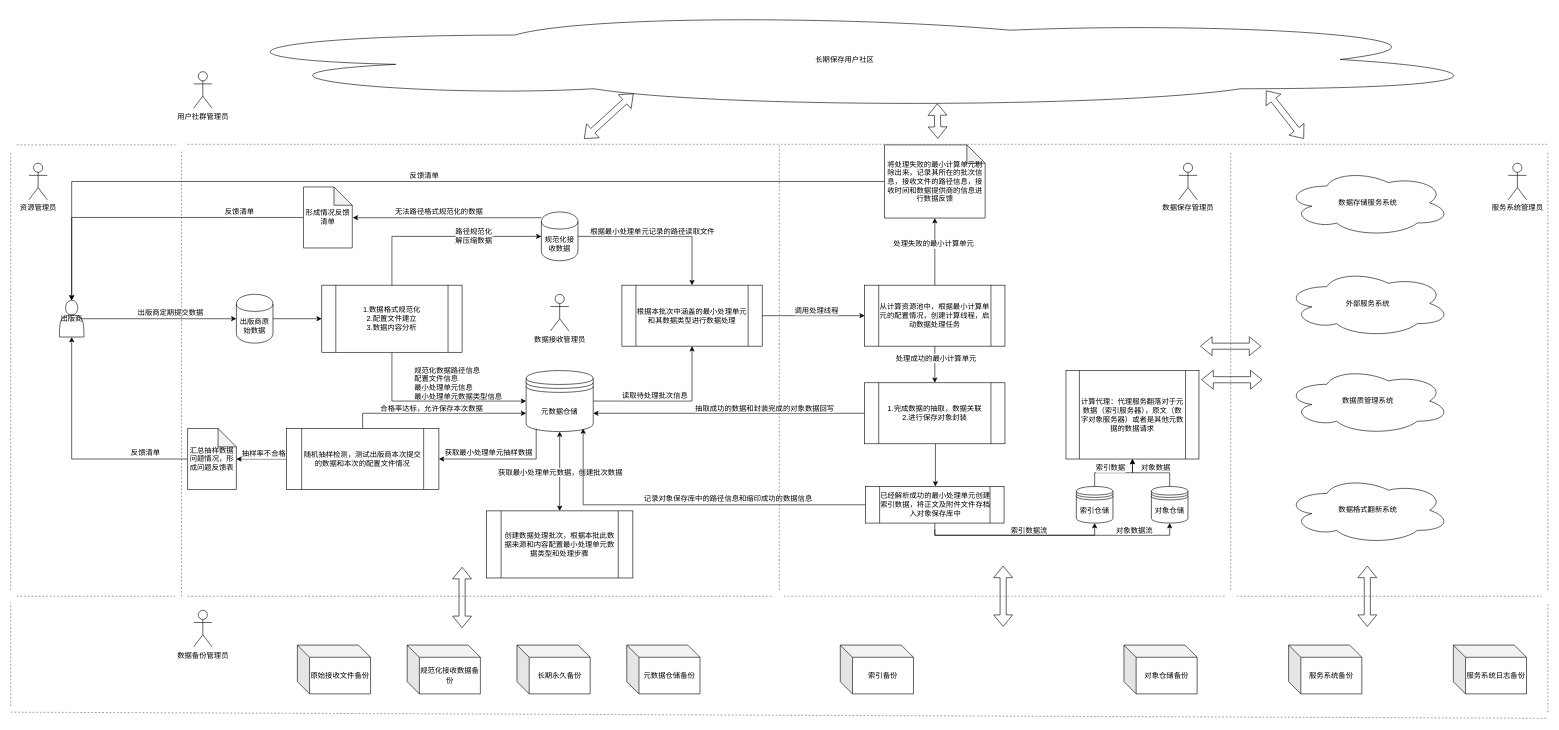
Earlier version of the draw.io diagram DPSNEW_er.drawio (czjczj20/draw.io). Source tidied: cells renumbered, new cells numbered last; positions are measured from the earlier drawing's top-left corner, leaving out a move shared by most shapes. Both pictures are drawn from the tidied source at 61%, with x=0, y=0 at pixel (10, 10).
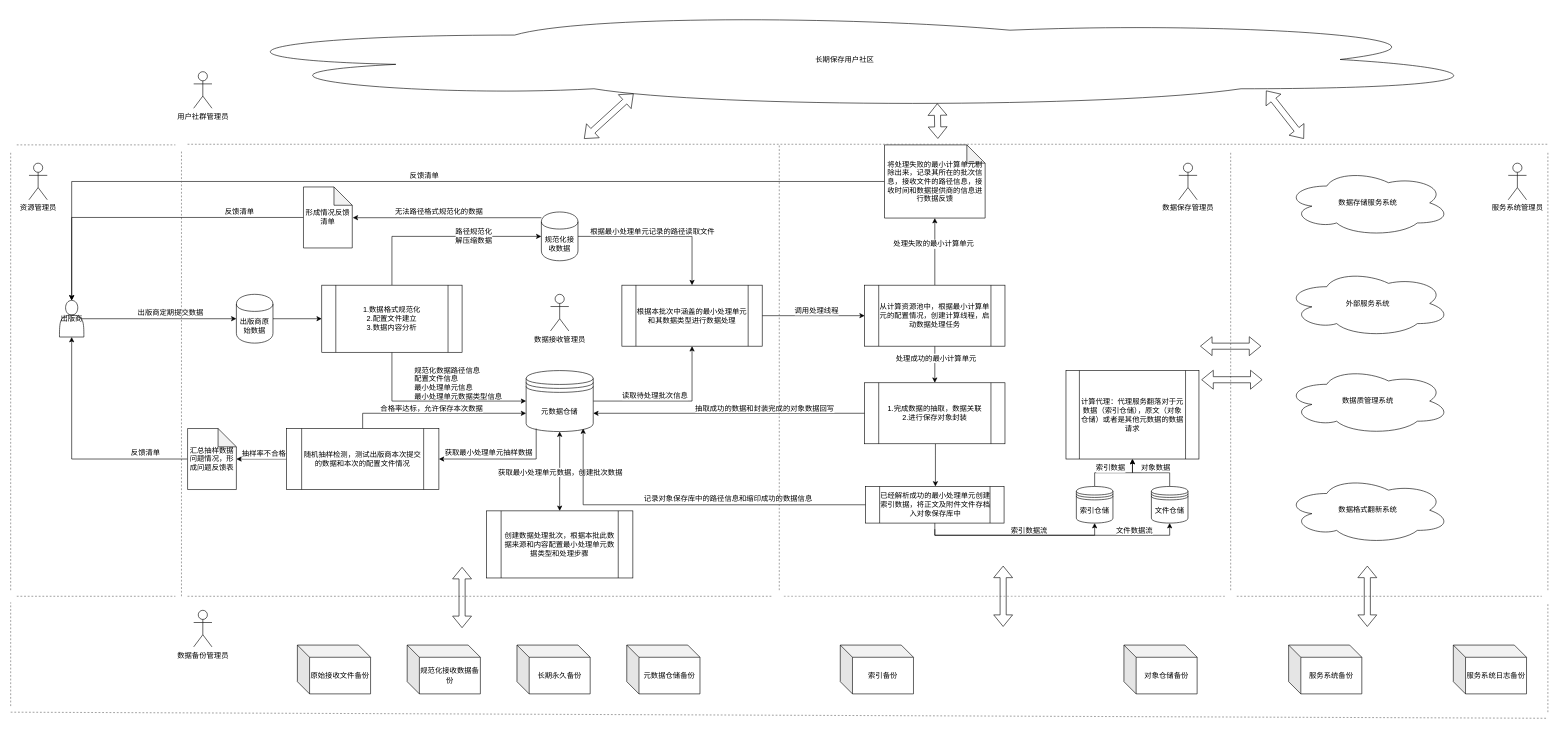
The same diagram, later.

The change refers to these unchanged cells:
```xml
<mxCell id="44" style="edgeStyle=orthogonalEdgeStyle;rounded=0;jettySize=auto;html=1;entryX=0.5;entryY=1;entryDx=0;entryDy=0;" parent="1" edge="1" target="49">
  <mxGeometry relative="1" as="geometry">
    <mxPoint x="1515" y="850" as="sourcePoint" />
    <Array as="points">
      <mxPoint x="1515" y="860" />
      <mxPoint x="1900" y="860" />
    </Array>
  </mxGeometry>
</mxCell>
```

Diff of the diagram source:
```diff
@@
-    <mxCell id="45" value="对象数据流" style="text;html=1;align=center;verticalAlign=middle;labelBackgroundColor=#ffffff;" parent="44" vertex="1">
+    <mxCell id="45" value="文件数据流" style="text;html=1;align=center;verticalAlign=middle;labelBackgroundColor=#ffffff;" parent="44" vertex="1">
       <mxGeometry x="0.62" y="4" relative="1" as="geometry">
         <mxPoint y="-5" as="offset" />
       </mxGeometry>
     </mxCell>
@@
-    <mxCell id="49" value="对象仓储" style="shape=datastore;whiteSpace=wrap;html=1;" parent="1" vertex="1">
+    <mxCell id="49" value="文件仓储" style="shape=datastore;whiteSpace=wrap;html=1;" parent="1" vertex="1">
       <mxGeometry x="1870" y="780" width="60" height="60" as="geometry" />
     </mxCell>
@@
-    <mxCell id="86" value="计算代理：代理服务翻落对于元数据（索引服务器），原文（数字对象服务器）或者是其他元数据的数据请求" style="shape=process;whiteSpace=wrap;html=1;backgroundOutline=1;" parent="1" vertex="1">
+    <mxCell id="86" value="计算代理：代理服务翻落对于元数据（索引仓储），原文（对象仓储）或者是其他元数据的数据请求" style="shape=process;whiteSpace=wrap;html=1;backgroundOutline=1;" parent="1" vertex="1">
       <mxGeometry x="1730" y="590" width="218" height="145" as="geometry" />
     </mxCell>
```
